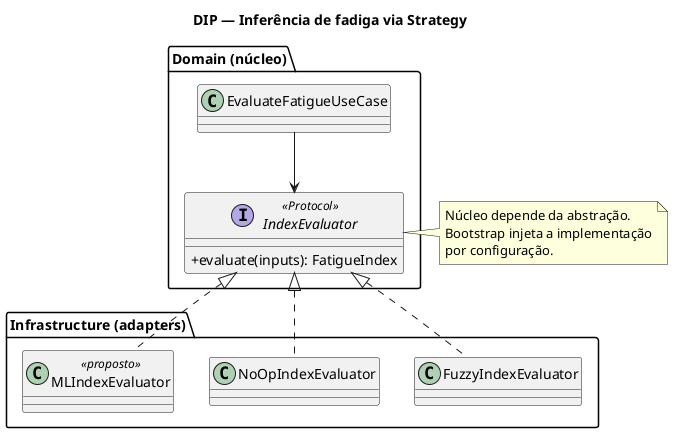
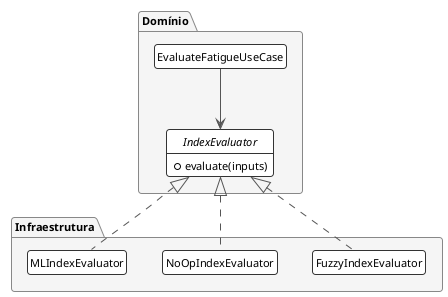
@startuml
- title DIP — Inferência de fadiga via Strategy
+ !theme plain
+ skinparam shadowing false
+ skinparam roundCorner 6
+ skinparam defaultFontName "Helvetica"
+ skinparam defaultFontSize 11
+ skinparam ArrowColor #555555
+ skinparam ClassBackgroundColor #FFFFFF
+ skinparam ClassBorderColor #333333
+ skinparam PackageBackgroundColor #F5F5F5
+ skinparam PackageBorderColor #888888
+ hide circle
+ hide empty members

- skinparam classAttributeIconSize 0
- skinparam shadowing false
- skinparam defaultFontName "Helvetica"
- 
- package "Domain (núcleo)" {
-   interface IndexEvaluator <<Protocol>> {
-     +evaluate(inputs): FatigueIndex
+ package "Domínio" {
+   interface IndexEvaluator {
+     +evaluate(inputs)
  }
  class EvaluateFatigueUseCase
}

- package "Infrastructure (adapters)" {
+ package "Infraestrutura" {
  class FuzzyIndexEvaluator
  class NoOpIndexEvaluator
-   class MLIndexEvaluator <<proposto>>
+   class MLIndexEvaluator
}

IndexEvaluator <|.. FuzzyIndexEvaluator
IndexEvaluator <|.. NoOpIndexEvaluator
IndexEvaluator <|.. MLIndexEvaluator
- 
EvaluateFatigueUseCase --> IndexEvaluator
- 
- note right of IndexEvaluator
-   Núcleo depende da abstração.
-   Bootstrap injeta a implementação
-   por configuração.
- end note
- 
@enduml
